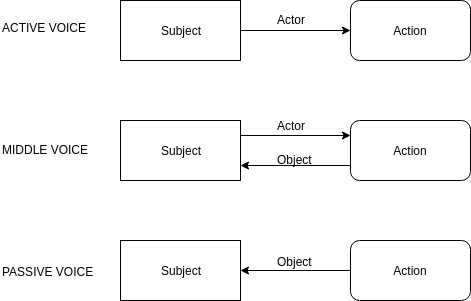
SlavDom/novoslovnica-book keeps this draw.io diagram as sources/voices.png. Above is the earlier version. Source tidied: cells renumbered, new cells last; positions are measured from the earlier drawing's top-left corner, leaving out a move shared by most shapes. Source of this version:
```xml
<mxGraphModel>
  <root>
    <mxCell id="0" />
    <mxCell id="1" parent="0" />
    <mxCell id="2" style="edgeStyle=orthogonalEdgeStyle;rounded=0;jettySize=auto;html=1;exitX=1;exitY=0.5;exitDx=0;exitDy=0;entryX=0;entryY=0.5;entryDx=0;entryDy=0;" parent="1" edge="1" source="3" target="7">
      <mxGeometry relative="1" as="geometry" />
    </mxCell>
    <mxCell id="3" value="Subject" style="rounded=0;whiteSpace=wrap;html=1;" parent="1" vertex="1">
      <mxGeometry x="120" width="120" height="60" as="geometry" />
    </mxCell>
    <mxCell id="4" style="edgeStyle=orthogonalEdgeStyle;rounded=0;jettySize=auto;html=1;exitX=1;exitY=0.25;exitDx=0;exitDy=0;entryX=0;entryY=0.25;entryDx=0;entryDy=0;" parent="1" edge="1" source="5" target="9">
      <mxGeometry relative="1" as="geometry" />
    </mxCell>
    <mxCell id="5" value="Subject" style="rounded=0;whiteSpace=wrap;html=1;" parent="1" vertex="1">
      <mxGeometry x="120" y="120" width="120" height="60" as="geometry" />
    </mxCell>
    <mxCell id="6" value="Subject" style="rounded=0;whiteSpace=wrap;html=1;" parent="1" vertex="1">
      <mxGeometry x="120" y="240" width="120" height="60" as="geometry" />
    </mxCell>
    <mxCell id="7" value="Action" style="rounded=1;whiteSpace=wrap;html=1;" parent="1" vertex="1">
      <mxGeometry x="350" width="120" height="60" as="geometry" />
    </mxCell>
    <mxCell id="8" style="edgeStyle=orthogonalEdgeStyle;rounded=0;jettySize=auto;html=1;exitX=0;exitY=0.75;exitDx=0;exitDy=0;entryX=1;entryY=0.75;entryDx=0;entryDy=0;" parent="1" edge="1" source="9" target="5">
      <mxGeometry relative="1" as="geometry" />
    </mxCell>
    <mxCell id="9" value="Action" style="rounded=1;whiteSpace=wrap;html=1;" parent="1" vertex="1">
      <mxGeometry x="350" y="120" width="120" height="60" as="geometry" />
    </mxCell>
    <mxCell id="10" style="edgeStyle=orthogonalEdgeStyle;rounded=0;jettySize=auto;html=1;exitX=0;exitY=0.5;exitDx=0;exitDy=0;" parent="1" edge="1" source="11" target="6">
      <mxGeometry relative="1" as="geometry" />
    </mxCell>
    <mxCell id="11" value="Action" style="rounded=1;whiteSpace=wrap;html=1;" parent="1" vertex="1">
      <mxGeometry x="350" y="240" width="120" height="60" as="geometry" />
    </mxCell>
    <mxCell id="12" value="Actor" style="text;html=1;align=left;verticalAlign=top;spacingTop=-4;" parent="1" vertex="1">
      <mxGeometry x="275" y="10" width="40" height="20" as="geometry" />
    </mxCell>
    <mxCell id="13" value="ACTIVE VOICE" style="text;html=1;align=left;verticalAlign=top;spacingTop=-4;" parent="1" vertex="1">
      <mxGeometry y="18" width="100" height="20" as="geometry" />
    </mxCell>
    <mxCell id="14" value="MIDDLE VOICE" style="text;html=1;align=left;verticalAlign=top;spacingTop=-4;" parent="1" vertex="1">
      <mxGeometry y="140" width="100" height="20" as="geometry" />
    </mxCell>
    <mxCell id="15" value="PASSIVE VOICE" style="text;html=1;align=left;verticalAlign=top;spacingTop=-4;" parent="1" vertex="1">
      <mxGeometry y="262" width="110" height="20" as="geometry" />
    </mxCell>
    <mxCell id="16" value="Object" style="text;html=1;align=left;verticalAlign=top;spacingTop=-4;" parent="1" vertex="1">
      <mxGeometry x="275" y="252" width="50" height="20" as="geometry" />
    </mxCell>
    <mxCell id="17" value="Actor" style="text;html=1;align=left;verticalAlign=top;spacingTop=-4;" parent="1" vertex="1">
      <mxGeometry x="275" y="116" width="40" height="20" as="geometry" />
    </mxCell>
    <mxCell id="18" value="Object" style="text;html=1;align=left;verticalAlign=top;spacingTop=-4;" parent="1" vertex="1">
      <mxGeometry x="275" y="150" width="50" height="20" as="geometry" />
    </mxCell>
  </root>
</mxGraphModel>
```
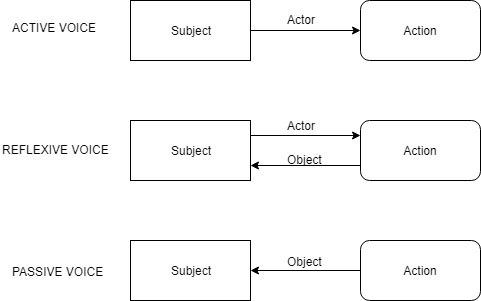
The same diagram one commit later.

Change to the diagram source:
```diff
@@ -38,8 +38,8 @@
     <mxCell id="13" value="ACTIVE VOICE" style="text;html=1;align=left;verticalAlign=top;spacingTop=-4;" parent="1" vertex="1">
       <mxGeometry y="18" width="100" height="20" as="geometry" />
     </mxCell>
-    <mxCell id="14" value="MIDDLE VOICE" style="text;html=1;align=left;verticalAlign=top;spacingTop=-4;" parent="1" vertex="1">
-      <mxGeometry y="140" width="100" height="20" as="geometry" />
+    <mxCell id="14" value="REFLEXIVE VOICE" style="text;html=1;align=left;verticalAlign=top;spacingTop=-4;" parent="1" vertex="1">
+      <mxGeometry x="-10" y="140" width="120" height="20" as="geometry" />
     </mxCell>
     <mxCell id="15" value="PASSIVE VOICE" style="text;html=1;align=left;verticalAlign=top;spacingTop=-4;" parent="1" vertex="1">
       <mxGeometry y="262" width="110" height="20" as="geometry" />
```
